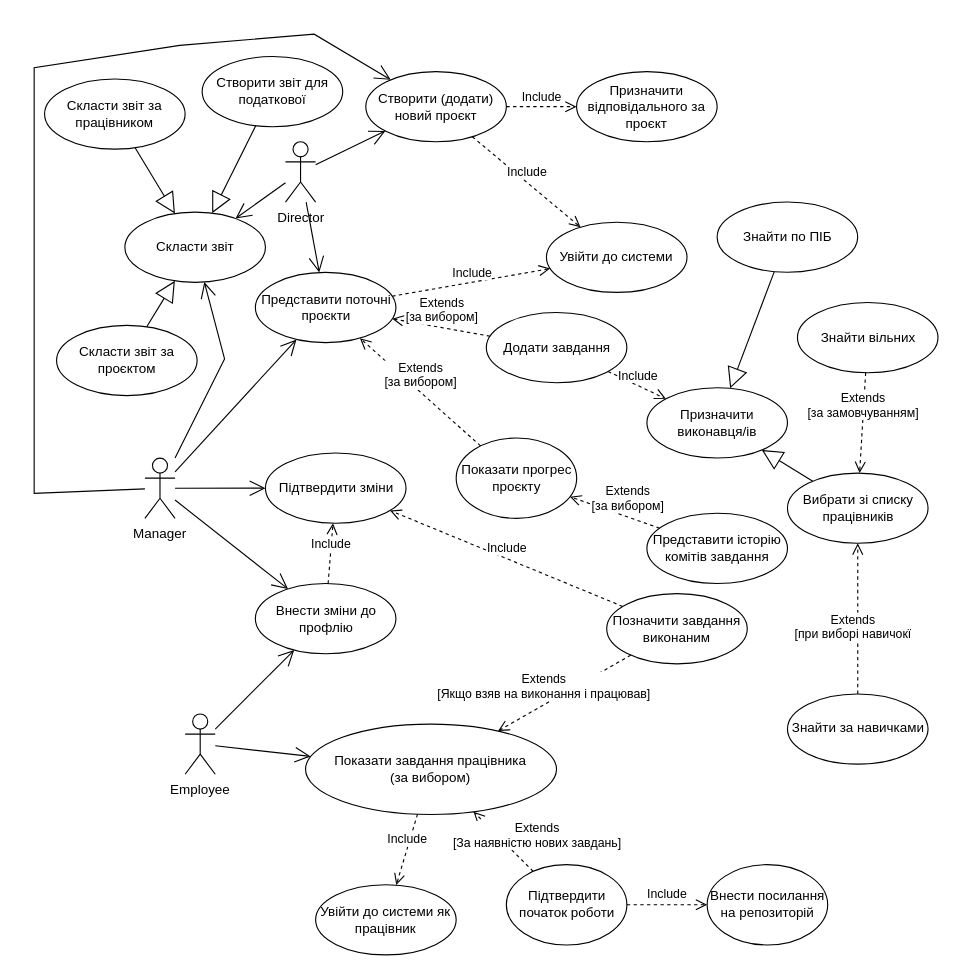
Before: Діаграма без назви.drawio in OleksandrPanasenko/AIS_projects-for-university-, a draw.io diagram. Source tidied: cells renumbered, new cells numbered last; positions are measured from the earlier drawing's top-left corner, leaving out a move shared by most shapes. Both pictures are drawn from the tidied source at 112%, with x=0, y=0 at pixel (34, 34).
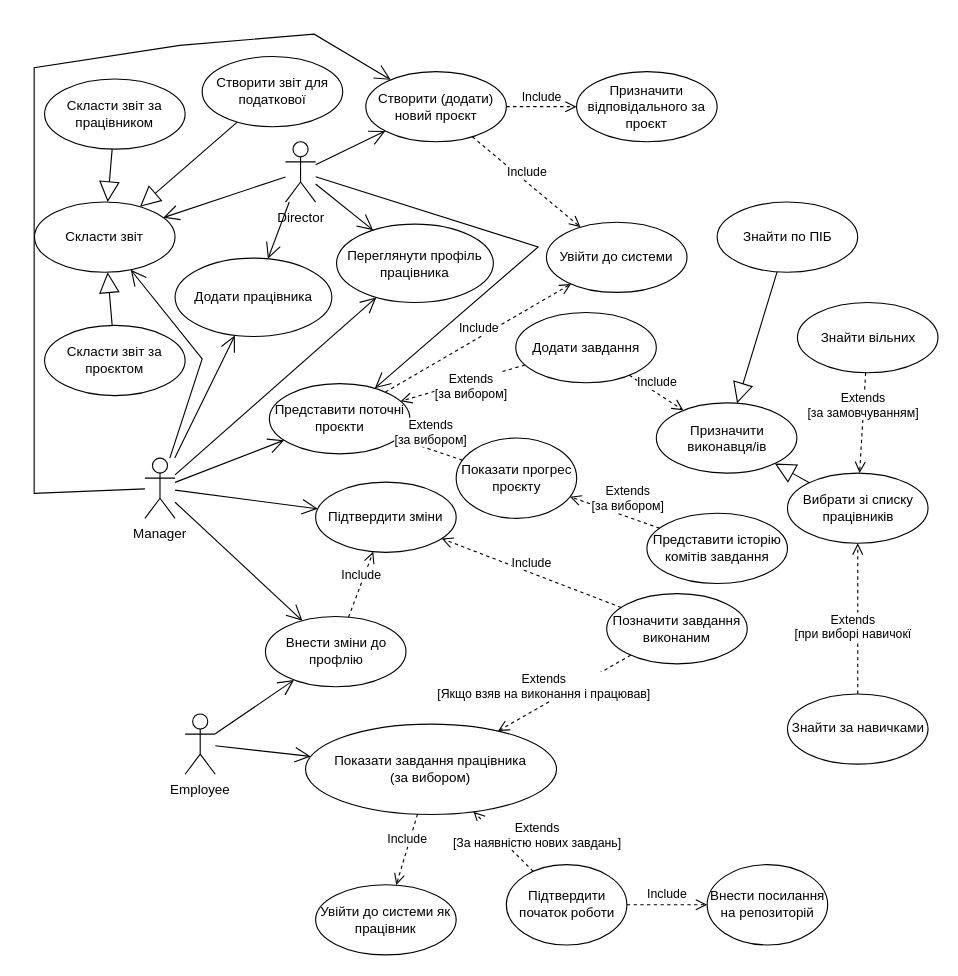
The same diagram, later.

The change refers to these unchanged cells:
```xml
<mxCell id="3" value="Manager" style="shape=umlActor;verticalLabelPosition=bottom;verticalAlign=top;html=1;outlineConnect=0;" parent="1" vertex="1">
  <mxGeometry x="98.9" y="378.5" width="26.9" height="53.8" as="geometry" />
</mxCell>
<mxCell id="4" value="Director" style="shape=umlActor;verticalLabelPosition=bottom;verticalAlign=top;html=1;outlineConnect=0;" parent="1" vertex="1">
  <mxGeometry x="224.4" y="96.1" width="26.9" height="53.8" as="geometry" />
</mxCell>
```

Diff of the diagram source:
```diff
@@
     <mxCell id="8" value="Додати завдання" style="ellipse;whiteSpace=wrap;html=1;" parent="1" vertex="1">
-      <mxGeometry x="403.7" y="248.5" width="125.5" height="62.7" as="geometry" />
+      <mxGeometry x="430" y="248.5" width="125.5" height="62.7" as="geometry" />
     </mxCell>
@@
     <mxCell id="10" value="Внести зміни до профлію" style="ellipse;whiteSpace=wrap;html=1;" parent="1" vertex="1">
-      <mxGeometry x="197.5" y="490.5" width="125.5" height="62.7" as="geometry" />
+      <mxGeometry x="206.5" y="520" width="125.5" height="62.7" as="geometry" />
     </mxCell>
@@
     <mxCell id="12" value="Підтвердити зміни" style="ellipse;whiteSpace=wrap;html=1;" parent="1" vertex="1">
-      <mxGeometry x="206.5" y="374" width="125.5" height="62.7" as="geometry" />
+      <mxGeometry x="251.3" y="400" width="125.5" height="62.7" as="geometry" />
     </mxCell>
     <mxCell id="13" value="Представити поточні проєкти" style="ellipse;whiteSpace=wrap;html=1;" parent="1" vertex="1">
-      <mxGeometry x="197.5" y="212.7" width="125.5" height="62.7" as="geometry" />
+      <mxGeometry x="210" y="312" width="125.5" height="62.7" as="geometry" />
     </mxCell>
@@
     <mxCell id="25" value="Призначити виконавця/ів" style="ellipse;whiteSpace=wrap;html=1;" parent="1" vertex="1">
-      <mxGeometry x="547.1" y="315.7" width="125.5" height="62.7" as="geometry" />
+      <mxGeometry x="555.5" y="329.2" width="125.5" height="62.7" as="geometry" />
     </mxCell>
@@
     <mxCell id="28" value="Скласти звіт за проєктом" style="ellipse;whiteSpace=wrap;html=1;" parent="1" vertex="1">
-      <mxGeometry x="20" y="260" width="125.5" height="62.7" as="geometry" />
+      <mxGeometry x="9.3" y="260" width="125.5" height="62.7" as="geometry" />
     </mxCell>
@@
     <mxCell id="36" value="Скласти звіт" style="ellipse;whiteSpace=wrap;html=1;" parent="1" vertex="1">
-      <mxGeometry x="81" y="158.9" width="125.5" height="62.7" as="geometry" />
+      <mxGeometry x="0.3" y="149.9" width="125.5" height="62.7" as="geometry" />
     </mxCell>
     <mxCell id="37" style="endArrow=open;endFill=1;endSize=12;html=1;rounded=0;" parent="1" edge="1" source="3" target="36">
       <mxGeometry relative="1" as="geometry">
         <Array as="points">
-          <mxPoint x="170" y="290" />
+          <mxPoint x="150" y="290" />
         </Array>
       </mxGeometry>
     </mxCell>
@@
     <mxCell id="42" style="endArrow=open;endFill=1;endSize=12;html=1;rounded=0;" parent="1" edge="1" source="4" target="13">
-      <mxGeometry relative="1" as="geometry" />
+      <mxGeometry relative="1" as="geometry">
+        <Array as="points">
+          <mxPoint x="450" y="190" />
+        </Array>
+      </mxGeometry>
     </mxCell>
@@
     <mxCell id="51" value="Extends&lt;br style=&quot;border-color: var(--border-color);&quot;&gt;[за вибором]" style="html=1;verticalAlign=bottom;endArrow=open;dashed=1;endSize=8;curved=0;rounded=0;" parent="1" edge="1" source="8" target="13">
-      <mxGeometry relative="1" as="geometry" />
+      <mxGeometry x="-0.03" y="20" relative="1" as="geometry" />
     </mxCell>
@@
+    <mxCell id="58" value="Переглянути профіль працівника" style="ellipse;whiteSpace=wrap;html=1;" parent="1" vertex="1">
+      <mxGeometry x="270" y="169.6" width="140" height="70" as="geometry" />
+    </mxCell>
+    <mxCell id="59" style="endArrow=open;endFill=1;endSize=12;html=1;rounded=0;" parent="1" edge="1" source="3" target="58">
+      <mxGeometry relative="1" as="geometry" />
+    </mxCell>
+    <mxCell id="60" style="endArrow=open;endFill=1;endSize=12;html=1;rounded=0;" parent="1" edge="1" source="4" target="58">
+      <mxGeometry relative="1" as="geometry" />
+    </mxCell>
+    <mxCell id="61" value="Додати працівника" style="ellipse;whiteSpace=wrap;html=1;" parent="1" vertex="1">
+      <mxGeometry x="125.8" y="200" width="140" height="70" as="geometry" />
+    </mxCell>
+    <mxCell id="62" style="endArrow=open;endFill=1;endSize=12;html=1;rounded=0;" parent="1" edge="1" source="4" target="61">
+      <mxGeometry relative="1" as="geometry" />
+    </mxCell>
+    <mxCell id="63" style="endArrow=open;endFill=1;endSize=12;html=1;rounded=0;" parent="1" edge="1" source="3" target="61">
+      <mxGeometry relative="1" as="geometry" />
+    </mxCell>
```
